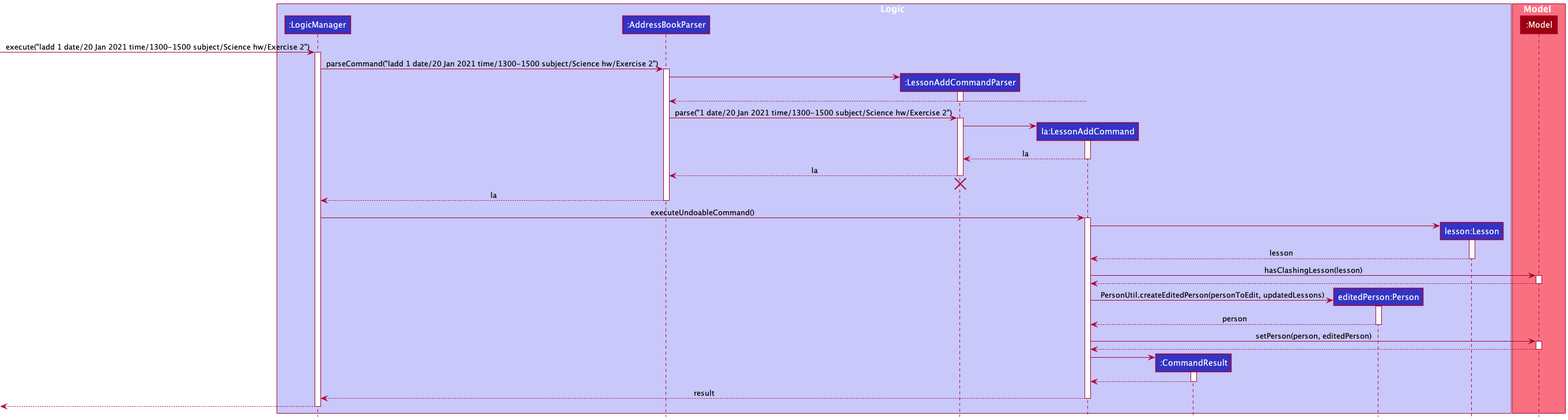
This is docs/images/LessonAddSequenceDiagram.png from nus-cs2103-AY2122S1/tp, a PlantUML export, as it was before one commit.
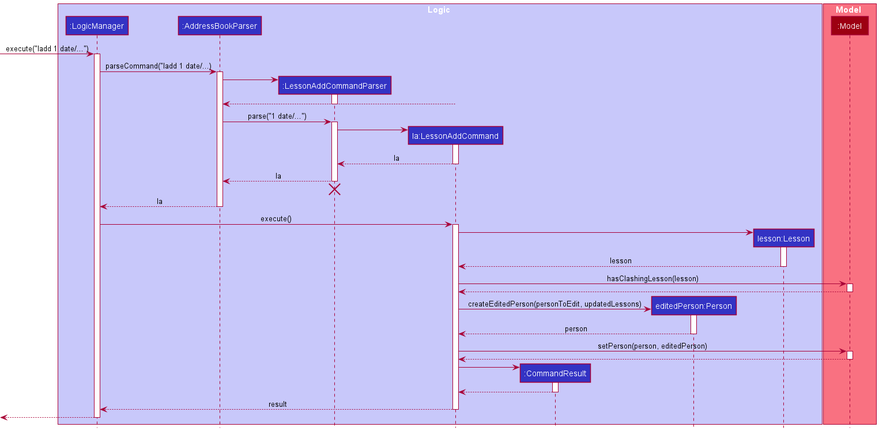
Above is the later version.

What changed in the source:
```diff
@@ -16,10 +16,10 @@
 participant ":Model" as Model MODEL_COLOR
 end box
 
-[-> LogicManager : execute("ladd 1 date/20 Jan 2021 time/1300-1500 subject/Science hw/Exercise 2")
+[-> LogicManager : execute("ladd 1 date/...")
 activate LogicManager
 
-LogicManager -> AddressBookParser : parseCommand("ladd 1 date/20 Jan 2021 time/1300-1500 subject/Science hw/Exercise 2")
+LogicManager -> AddressBookParser : parseCommand("ladd 1 date/...)
 activate AddressBookParser
 
 create LessonAddCommandParser
@@ -29,7 +29,7 @@
 LessonAddCommand --> AddressBookParser
 deactivate LessonAddCommandParser
 
-AddressBookParser -> LessonAddCommandParser : parse("1 date/20 Jan 2021 time/1300-1500 subject/Science hw/Exercise 2")
+AddressBookParser -> LessonAddCommandParser : parse("1 date/...")
 activate LessonAddCommandParser
 
 create LessonAddCommand
@@ -47,7 +47,7 @@
 AddressBookParser --> LogicManager : la
 deactivate AddressBookParser
 
-LogicManager -> LessonAddCommand : executeUndoableCommand()
+LogicManager -> LessonAddCommand : execute()
 activate LessonAddCommand
 
 create Lesson
@@ -64,7 +64,7 @@
 deactivate Model
 
 create Person
-LessonAddCommand -> Person : PersonUtil.createEditedPerson(personToEdit, updatedLessons)
+LessonAddCommand -> Person : createEditedPerson(personToEdit, updatedLessons)
 activate Person
 
 Person --> LessonAddCommand : person
```
